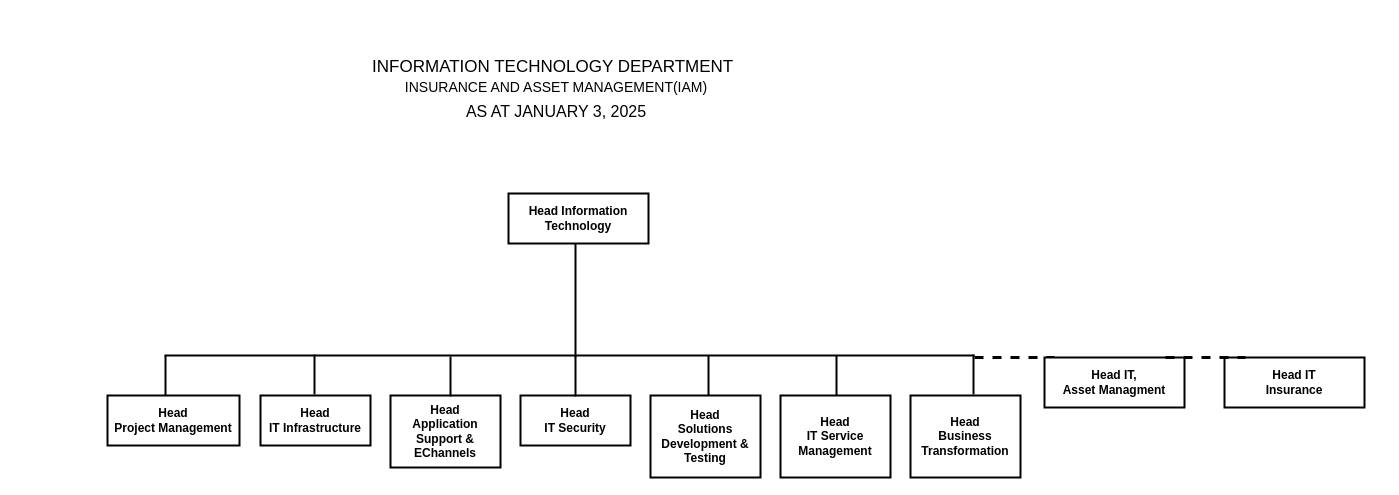
Above: page "High Level" (3 of 3) of organogram.drawio in Great-B/standard-arch-diagrams (draw.io), before the change. Source tidied: cells renumbered, new cells numbered last; positions are measured from the earlier drawing's top-left corner, leaving out a move shared by most shapes. Both pictures are drawn from the tidied source at 100%, with x=0, y=0 at pixel (17, 37).
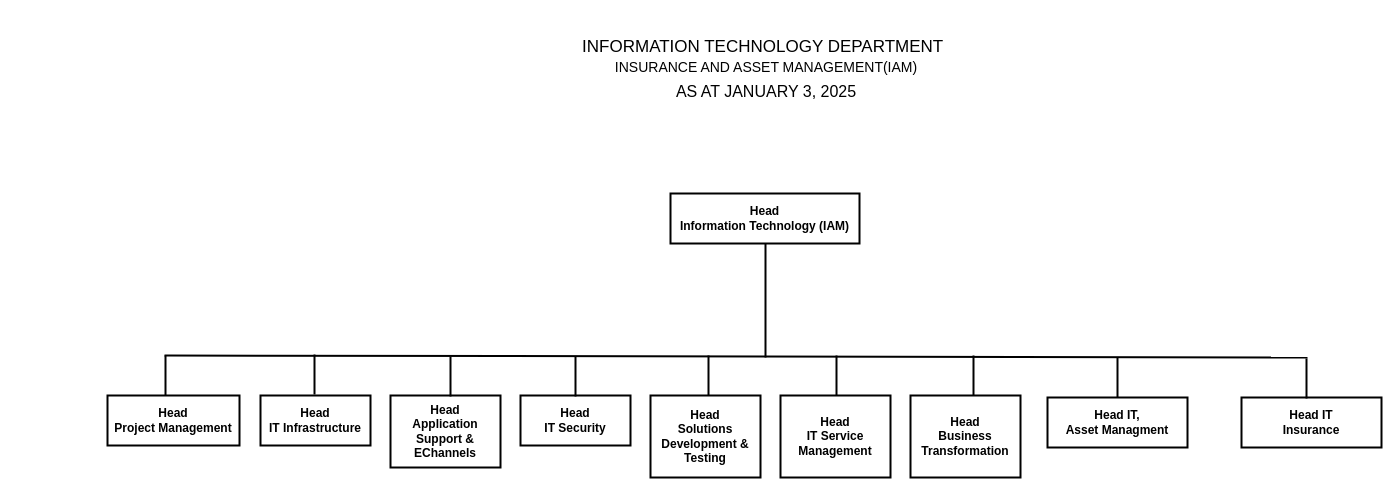
After the change.

The change refers to these unchanged cells:
```xml
<mxCell id="2" style="group;fillColor=none;" parent="1" vertex="1">
  <mxGeometry x="90" y="90" width="912" height="350" as="geometry" />
</mxCell>
```

Diff of the diagram source:
```diff
@@
-    <mxCell id="3" value="&lt;b&gt;&lt;font face=&quot;Helvetica&quot;&gt;Head Information Technology&lt;/font&gt;&lt;/b&gt;" style="rounded=0;whiteSpace=wrap;html=1;strokeWidth=2;" parent="2" vertex="1">
-      <mxGeometry x="401" y="66" width="140" height="50" as="geometry" />
+    <mxCell id="3" value="&lt;b&gt;&lt;font face=&quot;Helvetica&quot;&gt;Head &lt;br&gt;Information Technology (IAM)&lt;/font&gt;&lt;/b&gt;" style="rounded=0;whiteSpace=wrap;html=1;strokeWidth=2;" parent="2" vertex="1">
+      <mxGeometry x="563" y="66" width="189" height="50" as="geometry" />
     </mxCell>
@@
     <mxCell id="11" style="endArrow=none;html=1;rounded=0;strokeWidth=2;" parent="2" edge="1">
       <mxGeometry relative="1" as="geometry">
         <mxPoint x="57" y="228" as="sourcePoint" />
-        <mxPoint x="867" y="228" as="targetPoint" />
+        <mxPoint x="1200" y="230" as="targetPoint" />
       </mxGeometry>
     </mxCell>
@@
     <mxCell id="18" style="endArrow=none;html=1;rounded=0;strokeWidth=2;" parent="2" edge="1">
       <mxGeometry relative="1" as="geometry">
-        <mxPoint x="866" y="267" as="sourcePoint" />
-        <mxPoint x="866" y="227" as="targetPoint" />
+        <mxPoint x="866" y="268" as="sourcePoint" />
+        <mxPoint x="866" y="228" as="targetPoint" />
       </mxGeometry>
     </mxCell>
     <mxCell id="19" style="endArrow=none;html=1;rounded=0;strokeWidth=2;" parent="2" edge="1">
       <mxGeometry relative="1" as="geometry">
-        <mxPoint x="468" y="230" as="sourcePoint" />
-        <mxPoint x="468" y="116" as="targetPoint" />
+        <mxPoint x="658" y="230" as="sourcePoint" />
+        <mxPoint x="658" y="116" as="targetPoint" />
       </mxGeometry>
     </mxCell>
-    <mxCell id="20" style="endArrow=none;dashed=1;html=1;rounded=0;strokeWidth=3;" parent="2" edge="1">
-      <mxGeometry relative="1" as="geometry">
-        <mxPoint x="867" y="230" as="sourcePoint" />
-        <mxPoint x="947" y="230" as="targetPoint" />
-      </mxGeometry>
-    </mxCell>
     <mxCell id="21" value="&lt;div style=&quot;&quot;&gt;&lt;font style=&quot;&quot;&gt;&lt;font style=&quot;&quot;&gt;&lt;span style=&quot;background-color: initial;&quot;&gt;&lt;font style=&quot;font-size: 17px;&quot;&gt;INFORMATION TECHNOLOGY DEPARTMENT&lt;/font&gt;&lt;/span&gt;&lt;span style=&quot;font-size: 24px; background-color: initial;&quot;&gt;&amp;nbsp;&lt;br&gt;&lt;/span&gt;&lt;span style=&quot;font-size: 14px;&quot;&gt;INSURANCE AND ASSET MANAGEMENT(IAM)&lt;/span&gt;&lt;br&gt;&lt;/font&gt;&lt;/font&gt;&lt;div style=&quot;font-size: 23px;&quot;&gt;&lt;font size=&quot;3&quot; style=&quot;&quot;&gt;AS AT JANUARY 3, 2025&lt;/font&gt;&lt;/div&gt;&lt;/div&gt;" style="rounded=0;whiteSpace=wrap;html=1;strokeColor=none;fillColor=none;" parent="1" vertex="1">
-      <mxGeometry width="1078" height="98" as="geometry" />
+      <mxGeometry x="210" y="-20" width="1078" height="98" as="geometry" />
     </mxCell>
     <mxCell id="22" value="&lt;b&gt;&lt;font face=&quot;Helvetica&quot;&gt;Head IT, &lt;br&gt;Asset Managment&lt;/font&gt;&lt;/b&gt;" style="rounded=0;whiteSpace=wrap;html=1;strokeWidth=2;" parent="1" vertex="1">
-      <mxGeometry x="1027" y="320" width="140" height="50" as="geometry" />
+      <mxGeometry x="1030" y="360" width="140" height="50" as="geometry" />
     </mxCell>
     <mxCell id="23" value="&lt;b&gt;&lt;font face=&quot;Helvetica&quot;&gt;Head IT&lt;br&gt;Insurance&lt;/font&gt;&lt;/b&gt;" style="rounded=0;whiteSpace=wrap;html=1;strokeWidth=2;" parent="1" vertex="1">
-      <mxGeometry x="1207" y="320" width="140" height="50" as="geometry" />
+      <mxGeometry x="1224" y="360" width="140" height="50" as="geometry" />
     </mxCell>
-    <mxCell id="24" style="endArrow=none;dashed=1;html=1;rounded=0;strokeWidth=3;" parent="1" edge="1">
-      <mxGeometry relative="1" as="geometry">
-        <mxPoint x="1148" y="320" as="sourcePoint" />
-        <mxPoint x="1228" y="320" as="targetPoint" />
-      </mxGeometry>
-    </mxCell>
+    <mxCell id="25" style="endArrow=none;html=1;rounded=0;strokeWidth=2;" parent="1" edge="1">
+      <mxGeometry relative="1" as="geometry">
+        <mxPoint x="1100" y="360" as="sourcePoint" />
+        <mxPoint x="1100" y="320" as="targetPoint" />
+      </mxGeometry>
+    </mxCell>
+    <mxCell id="26" style="endArrow=none;html=1;rounded=0;strokeWidth=2;" parent="1" edge="1">
+      <mxGeometry relative="1" as="geometry">
+        <mxPoint x="1289" y="361" as="sourcePoint" />
+        <mxPoint x="1289" y="321" as="targetPoint" />
+      </mxGeometry>
+    </mxCell>
```
